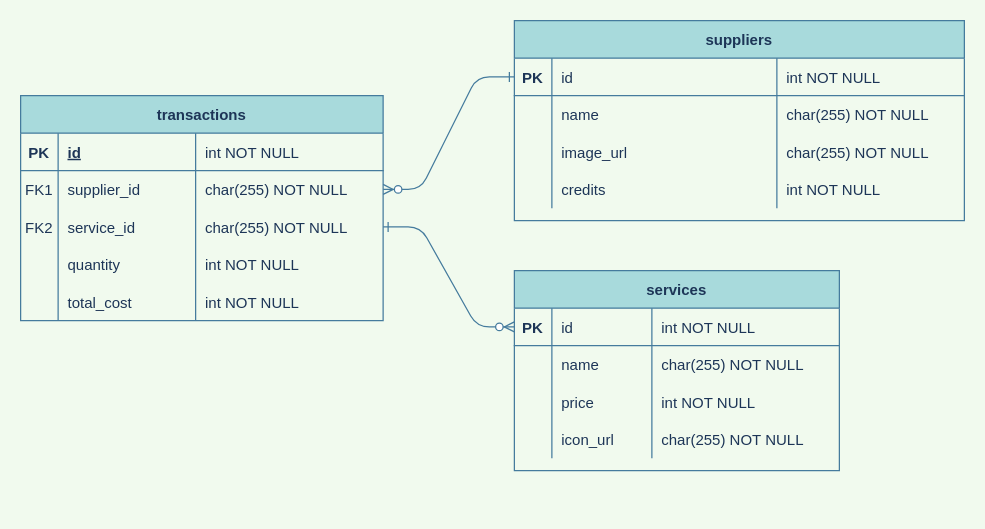
Before: ER.drawio in liberet-test/backend, a draw.io diagram. Source tidied: cells renumbered, new cells numbered last; positions are measured from the earlier drawing's top-left corner, leaving out a move shared by most shapes. Both pictures are drawn from the tidied source at 125%, with x=0, y=0 at pixel (20, 20).
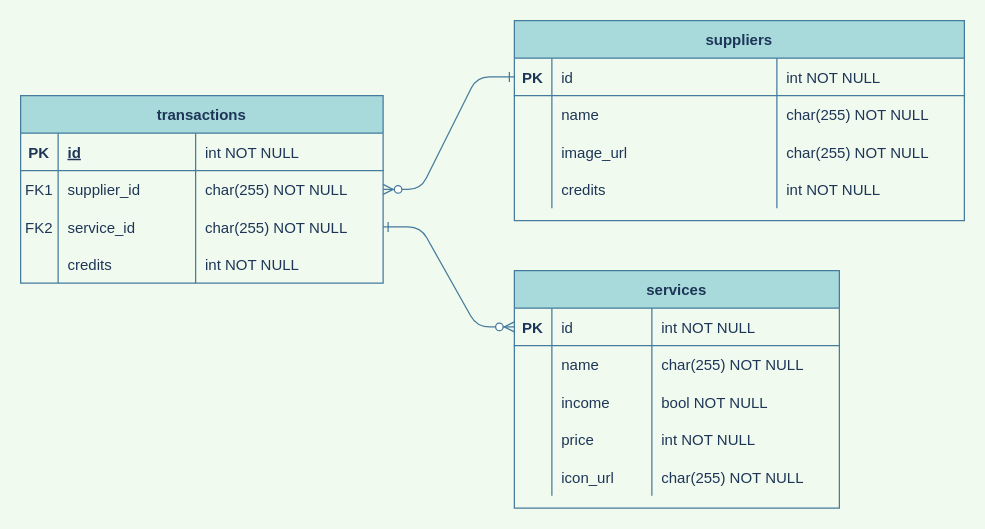
The same page after the edit.

Unchanged cells that the change refers to:
```xml
<mxCell id="50" style="shape=partialRectangle;fillColor=none;top=0;left=0;right=0;bottom=0;strokeColor=#457B9D;fontColor=#1D3557;" parent="37" vertex="1">
  <mxGeometry y="120" width="290" height="30" as="geometry" />
</mxCell>
```

Change to the diagram source:
```diff
@@
     <mxCell id="20" value="services" style="shape=table;startSize=30;childLayout=tableLayout;rowLines=0;fontStyle=1;align=center;fillColor=#A8DADC;strokeColor=#457B9D;fontColor=#1D3557;" parent="1" vertex="1">
-      <mxGeometry x="395" y="200" width="260" height="160" as="geometry" />
+      <mxGeometry x="395" y="200" width="260" height="190" as="geometry" />
     </mxCell>
@@
+    <mxCell id="59" style="shape=partialRectangle;fillColor=none;top=0;left=0;right=0;bottom=0;strokeColor=#457B9D;fontColor=#1D3557;" parent="20" vertex="1">
+      <mxGeometry y="90" width="260" height="30" as="geometry" />
+    </mxCell>
+    <mxCell id="55" style="shape=partialRectangle;overflow=hidden;fillColor=none;top=0;left=0;bottom=0;right=0;strokeColor=#457B9D;fontColor=#1D3557;" parent="59" vertex="1">
+      <mxGeometry width="30" height="30" as="geometry" />
+    </mxCell>
+    <mxCell id="60" value="income" style="shape=partialRectangle;overflow=hidden;fillColor=none;top=0;left=0;bottom=0;right=0;align=left;spacingLeft=6;strokeColor=#457B9D;fontColor=#1D3557;" parent="59" vertex="1">
+      <mxGeometry x="30" width="80" height="30" as="geometry" />
+    </mxCell>
+    <mxCell id="61" value="bool NOT NULL" style="shape=partialRectangle;overflow=hidden;fillColor=none;top=0;left=0;bottom=0;right=0;align=left;spacingLeft=6;strokeColor=#457B9D;fontColor=#1D3557;" parent="59" vertex="1">
+      <mxGeometry x="110" width="150" height="30" as="geometry" />
+    </mxCell>
     <mxCell id="29" style="shape=partialRectangle;fillColor=none;top=0;left=0;right=0;bottom=0;strokeColor=#457B9D;fontColor=#1D3557;" parent="20" vertex="1">
-      <mxGeometry y="90" width="260" height="30" as="geometry" />
+      <mxGeometry y="120" width="260" height="30" as="geometry" />
     </mxCell>
@@
     <mxCell id="33" style="shape=partialRectangle;fillColor=none;top=0;left=0;right=0;bottom=0;strokeColor=#457B9D;fontColor=#1D3557;" parent="20" vertex="1">
-      <mxGeometry y="120" width="260" height="30" as="geometry" />
+      <mxGeometry y="150" width="260" height="30" as="geometry" />
     </mxCell>
@@
     <mxCell id="37" value="transactions" style="shape=table;startSize=30;childLayout=tableLayout;rowLines=0;fontStyle=1;align=center;fillColor=#A8DADC;strokeColor=#457B9D;fontColor=#1D3557;" parent="1" vertex="1">
-      <mxGeometry y="60" width="290" height="180" as="geometry" />
+      <mxGeometry y="60" width="290" height="150" as="geometry" />
     </mxCell>
@@
-    <mxCell id="52" value="quantity" style="shape=partialRectangle;overflow=hidden;fillColor=none;top=0;left=0;bottom=0;right=0;align=left;spacingLeft=6;strokeColor=#457B9D;fontColor=#1D3557;" parent="50" vertex="1">
+    <mxCell id="52" value="credits" style="shape=partialRectangle;overflow=hidden;fillColor=none;top=0;left=0;bottom=0;right=0;align=left;spacingLeft=6;strokeColor=#457B9D;fontColor=#1D3557;" parent="50" vertex="1">
       <mxGeometry x="30" width="110" height="30" as="geometry" />
     </mxCell>
@@
-    <mxCell id="54" style="shape=partialRectangle;fillColor=none;top=0;left=0;right=0;bottom=0;strokeColor=#457B9D;fontColor=#1D3557;" parent="37" vertex="1">
-      <mxGeometry y="150" width="290" height="30" as="geometry" />
-    </mxCell>
-    <mxCell id="55" style="shape=partialRectangle;overflow=hidden;fillColor=none;top=0;left=0;bottom=0;right=0;strokeColor=#457B9D;fontColor=#1D3557;" parent="54" vertex="1">
-      <mxGeometry width="30" height="30" as="geometry" />
-    </mxCell>
-    <mxCell id="56" value="total_cost" style="shape=partialRectangle;overflow=hidden;fillColor=none;top=0;left=0;bottom=0;right=0;align=left;spacingLeft=6;strokeColor=#457B9D;fontColor=#1D3557;" parent="54" vertex="1">
-      <mxGeometry x="30" width="110" height="30" as="geometry" />
-    </mxCell>
-    <mxCell id="57" value="int NOT NULL" style="shape=partialRectangle;overflow=hidden;fillColor=none;top=0;left=0;bottom=0;right=0;align=left;spacingLeft=6;strokeColor=#457B9D;fontColor=#1D3557;" parent="54" vertex="1">
-      <mxGeometry x="140" width="150" height="30" as="geometry" />
-    </mxCell>
```
